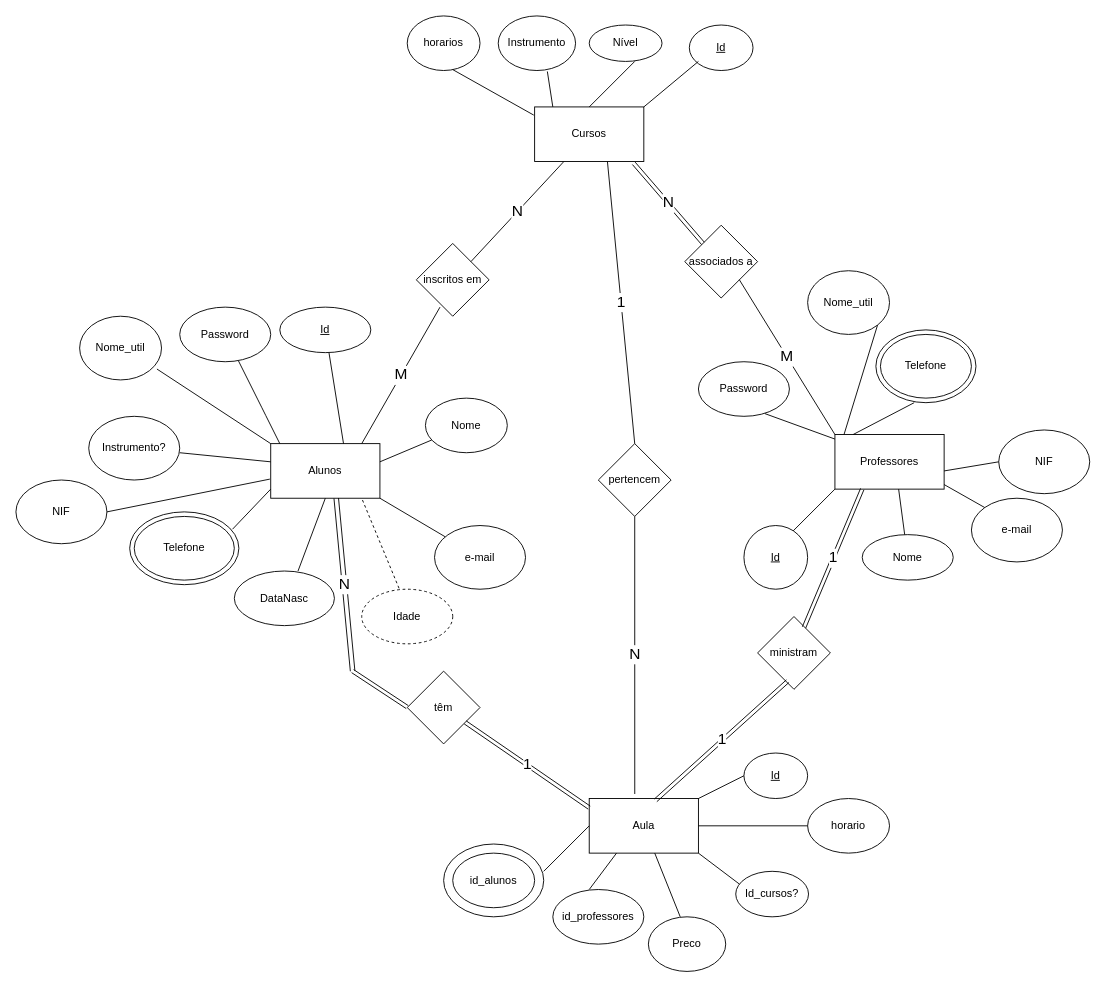
This is diagrama_logico.drawio from brenexvex/firstproject, a draw.io file, before an edit. Source tidied: cells renumbered, new cells numbered last; positions are measured from the earlier drawing's top-left corner, leaving out a move shared by most shapes. Both pictures are drawn from the tidied source at 91%, with x=0, y=0 at pixel (15, 15).
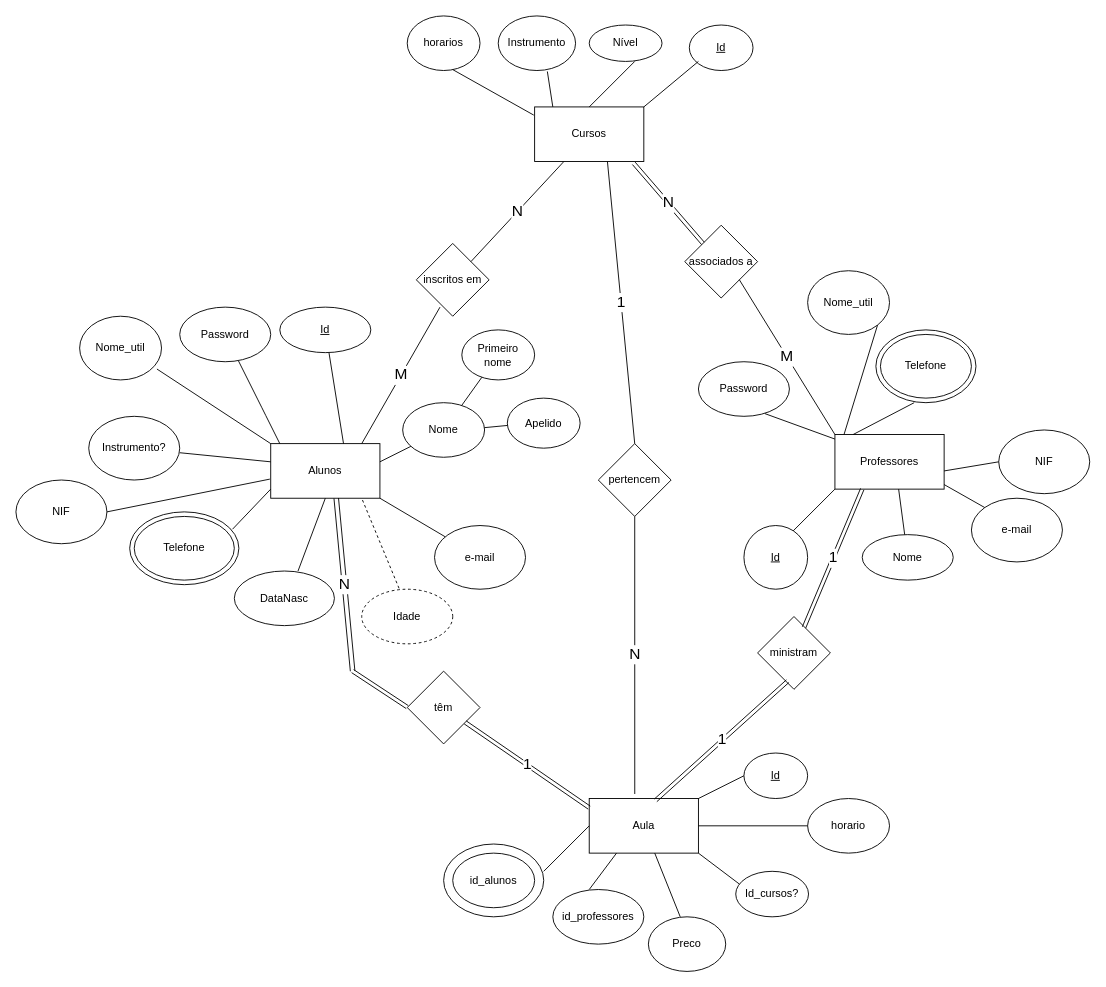
After the change.

The edit, as a diff of the source:
```diff
@@
     <mxCell id="6" value="Nome" style="ellipse;whiteSpace=wrap;html=1;" parent="1" vertex="1">
-      <mxGeometry x="450" y="420" width="90" height="60" as="geometry" />
+      <mxGeometry x="425" y="425" width="90" height="60" as="geometry" />
     </mxCell>
@@
+    <mxCell id="79" value="Primeiro nome" style="ellipse;whiteSpace=wrap;html=1;" parent="1" vertex="1">
+      <mxGeometry x="490" y="345" width="80" height="55" as="geometry" />
+    </mxCell>
+    <mxCell id="80" value="Apelido" style="ellipse;whiteSpace=wrap;html=1;" parent="1" vertex="1">
+      <mxGeometry x="540" y="420" width="80" height="55" as="geometry" />
+    </mxCell>
+    <mxCell id="81" style="endArrow=none;html=1;" parent="1" edge="1" source="6" target="79">
+      <mxGeometry relative="1" as="geometry" />
+    </mxCell>
+    <mxCell id="82" style="endArrow=none;html=1;" parent="1" edge="1" source="6" target="80">
+      <mxGeometry relative="1" as="geometry" />
+    </mxCell>
```
